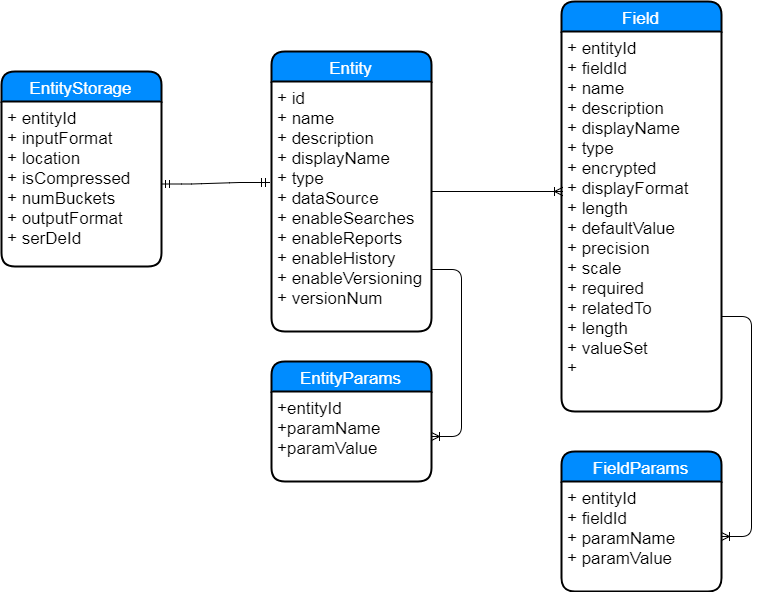
This is entity.png from sandhyaagarwal/diagrams, a draw.io export, as it was before one commit. Source tidied: cells renumbered, new cells last; positions are measured from the earlier drawing's top-left corner, leaving out a move shared by most shapes.
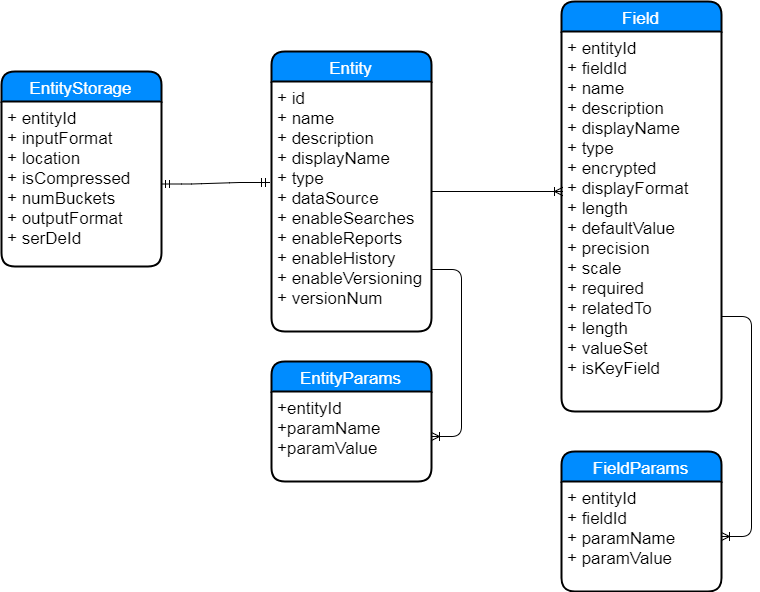
The same file after the commit.

The edit, as a diff of the source:
```diff
@@ -32,7 +32,7 @@
     <mxCell id="11" value="Field" style="swimlane;horizontal=1;startSize=30;fillColor=#008cff;fontColor=#FFFFFF;rounded=1;fontSize=17;fontStyle=0;strokeWidth=2;shadow=0;dashed=0;align=center;" parent="1" vertex="1">
       <mxGeometry x="560" width="160" height="410" as="geometry" />
     </mxCell>
-    <mxCell id="12" value="+ entityId&#10;+ fieldId&#10;+ name&#10;+ description&#10;+ displayName&#10;+ type&#10;+ encrypted&#10;+ displayFormat&#10;+ length&#10;+ defaultValue&#10;+ precision&#10;+ scale&#10;+ required&#10;+ relatedTo&#10;+ length&#10;+ valueSet&#10;+ " style="align=left;strokeColor=none;fillColor=none;spacingLeft=4;fontSize=17;verticalAlign=top;" parent="11" vertex="1">
+    <mxCell id="12" value="+ entityId&#10;+ fieldId&#10;+ name&#10;+ description&#10;+ displayName&#10;+ type&#10;+ encrypted&#10;+ displayFormat&#10;+ length&#10;+ defaultValue&#10;+ precision&#10;+ scale&#10;+ required&#10;+ relatedTo&#10;+ length&#10;+ valueSet&#10;+ isKeyField" style="align=left;strokeColor=none;fillColor=none;spacingLeft=4;fontSize=17;verticalAlign=top;" parent="11" vertex="1">
       <mxGeometry y="30" width="160" height="380" as="geometry" />
     </mxCell>
     <mxCell id="13" style="edgeStyle=entityRelationEdgeStyle;html=1;endArrow=ERmandOne;startArrow=ERmandOne;entryX=-0.012;entryY=0.404;entryPerimeter=0;" parent="1" edge="1" source="15" target="3">
```
